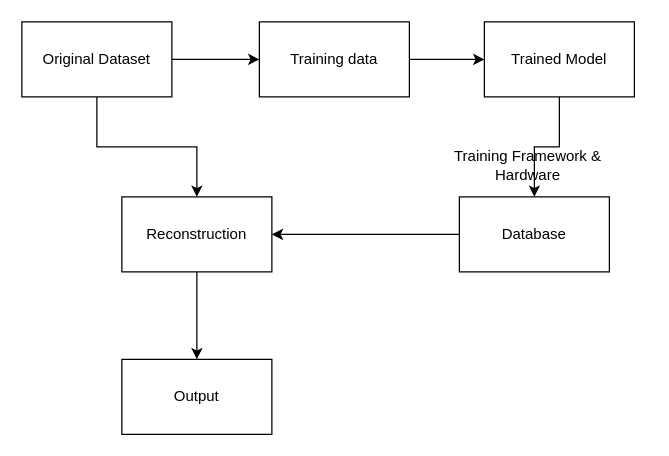
RoyStegeman/slides keeps this draw.io diagram as ONNX/slides/figures/MLworkflow.drawio. Above is the earlier version. Source tidied: cells renumbered, new cells numbered last; positions are measured from the earlier drawing's top-left corner, leaving out a move shared by most shapes. Both pictures are drawn from the tidied source at 125%, with x=0, y=0 at pixel (21, 21).
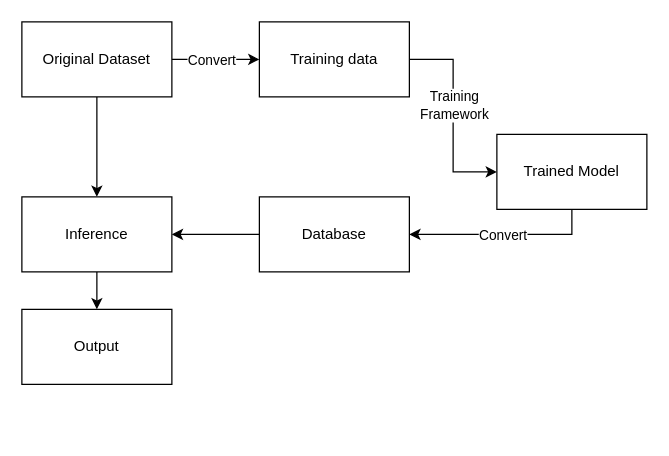
After the change.

Change to the diagram source:
```diff
@@
 <mxGraphModel>
   <root>
     <mxCell id="0" />
     <mxCell id="1" parent="0" />
     <mxCell id="2" style="edgeStyle=orthogonalEdgeStyle;rounded=0;jettySize=auto;html=1;exitX=1;exitY=0.5;exitDx=0;exitDy=0;entryX=0;entryY=0.5;entryDx=0;entryDy=0;" parent="1" edge="1" source="4" target="6">
       <mxGeometry relative="1" as="geometry" />
     </mxCell>
+    <mxCell id="15" value="Convert" style="edgeLabel;html=1;align=center;verticalAlign=middle;" parent="2" vertex="1">
+      <mxGeometry x="0.1" relative="1" as="geometry">
+        <mxPoint x="-8" as="offset" />
+      </mxGeometry>
+    </mxCell>
     <mxCell id="3" style="edgeStyle=orthogonalEdgeStyle;rounded=0;jettySize=auto;html=1;exitX=0.5;exitY=1;exitDx=0;exitDy=0;" parent="1" edge="1" source="4" target="12">
       <mxGeometry relative="1" as="geometry" />
     </mxCell>
     <mxCell id="4" value="Original Dataset" style="rounded=0;whiteSpace=wrap;html=1;" parent="1" vertex="1">
       <mxGeometry width="120" height="60" as="geometry" />
     </mxCell>
     <mxCell id="5" style="edgeStyle=orthogonalEdgeStyle;rounded=0;jettySize=auto;html=1;exitX=1;exitY=0.5;exitDx=0;exitDy=0;entryX=0;entryY=0.5;entryDx=0;entryDy=0;" parent="1" edge="1" source="6" target="8">
       <mxGeometry relative="1" as="geometry" />
     </mxCell>
+    <mxCell id="16" value="Training&lt;br&gt;Framework" style="edgeLabel;html=1;align=center;verticalAlign=middle;" parent="5" vertex="1">
+      <mxGeometry x="-0.11" relative="1" as="geometry" />
+    </mxCell>
     <mxCell id="6" value="Training data" style="rounded=0;whiteSpace=wrap;html=1;" parent="1" vertex="1">
       <mxGeometry x="190" width="120" height="60" as="geometry" />
     </mxCell>
     <mxCell id="7" style="edgeStyle=orthogonalEdgeStyle;rounded=0;jettySize=auto;html=1;exitX=0.5;exitY=1;exitDx=0;exitDy=0;" parent="1" edge="1" source="8" target="10">
       <mxGeometry relative="1" as="geometry" />
     </mxCell>
+    <mxCell id="17" value="Convert" style="edgeLabel;html=1;align=center;verticalAlign=middle;" parent="7" vertex="1">
+      <mxGeometry x="0.1" relative="1" as="geometry">
+        <mxPoint x="7" as="offset" />
+      </mxGeometry>
+    </mxCell>
     <mxCell id="8" value="Trained Model" style="rounded=0;whiteSpace=wrap;html=1;" parent="1" vertex="1">
-      <mxGeometry x="370" width="120" height="60" as="geometry" />
+      <mxGeometry x="380" y="90" width="120" height="60" as="geometry" />
     </mxCell>
     <mxCell id="9" style="edgeStyle=orthogonalEdgeStyle;rounded=0;jettySize=auto;html=1;exitX=0;exitY=0.5;exitDx=0;exitDy=0;entryX=1;entryY=0.5;entryDx=0;entryDy=0;" parent="1" edge="1" source="10" target="12">
       <mxGeometry relative="1" as="geometry" />
     </mxCell>
     <mxCell id="10" value="Database" style="rounded=0;whiteSpace=wrap;html=1;" parent="1" vertex="1">
-      <mxGeometry x="350" y="140" width="120" height="60" as="geometry" />
+      <mxGeometry x="190" y="140" width="120" height="60" as="geometry" />
     </mxCell>
     <mxCell id="11" style="edgeStyle=orthogonalEdgeStyle;rounded=0;jettySize=auto;html=1;exitX=0.5;exitY=1;exitDx=0;exitDy=0;entryX=0.5;entryY=0;entryDx=0;entryDy=0;" parent="1" edge="1" source="12" target="13">
       <mxGeometry relative="1" as="geometry" />
     </mxCell>
-    <mxCell id="12" value="Reconstruction" style="rounded=0;whiteSpace=wrap;html=1;" parent="1" vertex="1">
-      <mxGeometry x="80" y="140" width="120" height="60" as="geometry" />
+    <mxCell id="12" value="Inference" style="rounded=0;whiteSpace=wrap;html=1;" parent="1" vertex="1">
+      <mxGeometry y="140" width="120" height="60" as="geometry" />
     </mxCell>
     <mxCell id="13" value="Output" style="rounded=0;whiteSpace=wrap;html=1;" parent="1" vertex="1">
-      <mxGeometry x="80" y="270" width="120" height="60" as="geometry" />
+      <mxGeometry y="230" width="120" height="60" as="geometry" />
     </mxCell>
-    <mxCell id="14" value="Training Framework &amp;amp; Hardware" style="text;html=1;strokeColor=none;fillColor=none;align=center;verticalAlign=middle;whiteSpace=wrap;rounded=0;" parent="1" vertex="1">
-      <mxGeometry x="330" y="100" width="150" height="30" as="geometry" />
-    </mxCell>
   </root>
 </mxGraphModel>
```
